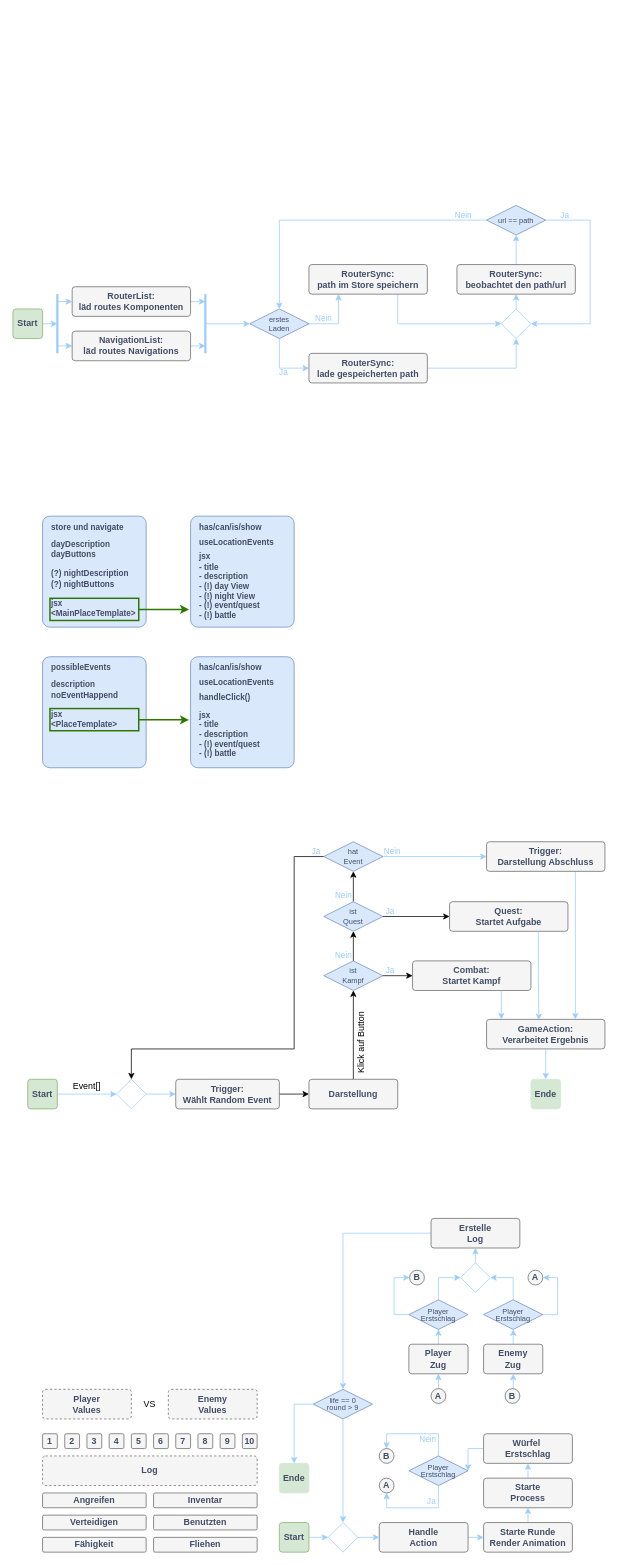
Nora404/blauerDrache keeps this draw.io diagram as note/uml.drawio. Above is the earlier version. Source tidied: cells renumbered, new cells numbered last; positions are measured from the earlier drawing's top-left corner, leaving out a move shared by most shapes. Both pictures are drawn from the tidied source at 74%, with x=0, y=0 at pixel (13, 205).
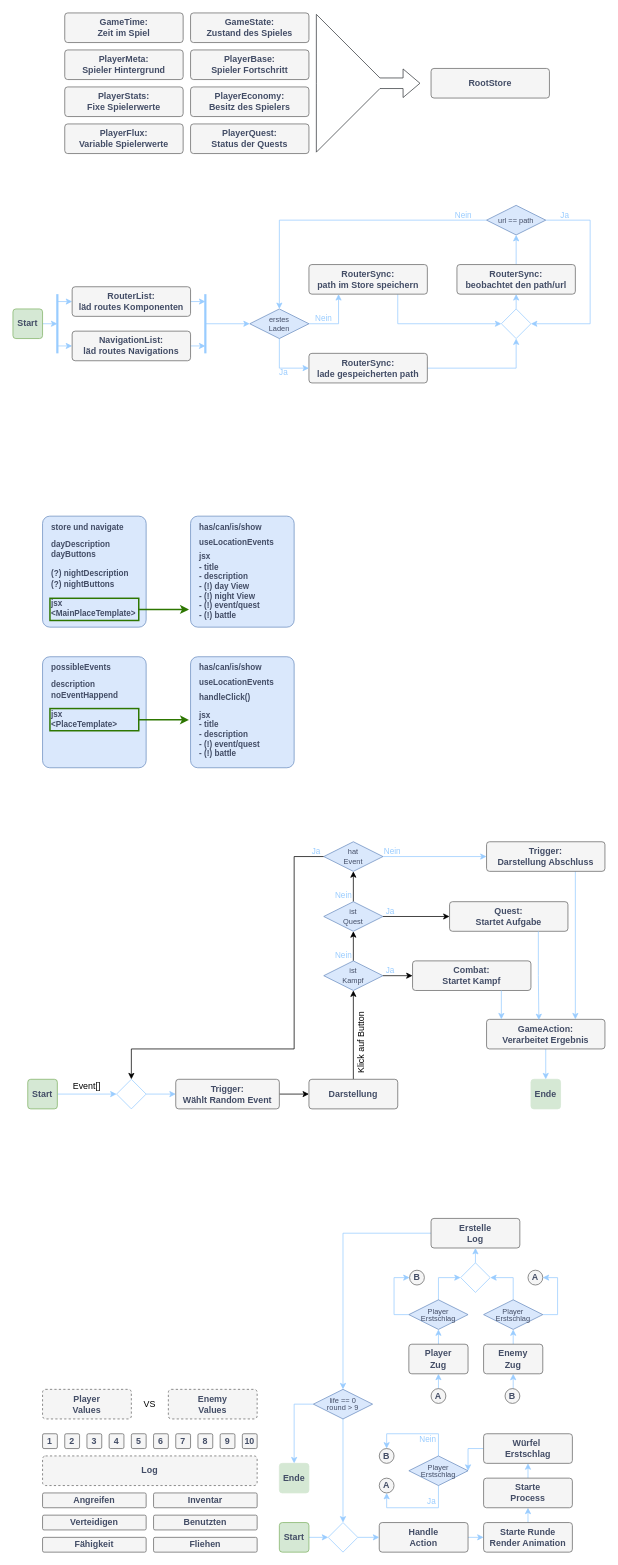
The same page after the edit.

The edit, as a diff of the source:
```diff
@@
+    <mxCell id="153" value="GameTime:&lt;div&gt;Zeit im Spiel&lt;/div&gt;" style="rounded=1;arcSize=10;whiteSpace=wrap;html=1;align=center;fillColor=#f5f5f5;strokeColor=#666666;fontColor=#434D66;fontStyle=1;" parent="1" vertex="1">
+      <mxGeometry x="70" y="-260" width="160" height="40" as="geometry" />
+    </mxCell>
+    <mxCell id="154" value="GameState:&lt;div&gt;Zustand des Spieles&lt;/div&gt;" style="rounded=1;arcSize=10;whiteSpace=wrap;html=1;align=center;fillColor=#f5f5f5;strokeColor=#666666;fontColor=#434D66;fontStyle=1;" parent="1" vertex="1">
+      <mxGeometry x="240" y="-260" width="160" height="40" as="geometry" />
+    </mxCell>
+    <mxCell id="155" value="PlayerMeta:&lt;div&gt;Spieler Hintergrund&lt;/div&gt;" style="rounded=1;arcSize=10;whiteSpace=wrap;html=1;align=center;fillColor=#f5f5f5;strokeColor=#666666;fontColor=#434D66;fontStyle=1;" parent="1" vertex="1">
+      <mxGeometry x="70" y="-210" width="160" height="40" as="geometry" />
+    </mxCell>
+    <mxCell id="156" value="PlayerStats:&lt;div&gt;Fixe Spielerwerte&lt;/div&gt;" style="rounded=1;arcSize=10;whiteSpace=wrap;html=1;align=center;fillColor=#f5f5f5;strokeColor=#666666;fontColor=#434D66;fontStyle=1;" parent="1" vertex="1">
+      <mxGeometry x="70" y="-160" width="160" height="40" as="geometry" />
+    </mxCell>
+    <mxCell id="157" value="PlayerFlux:&lt;div&gt;Variable Spielerwerte&lt;/div&gt;" style="rounded=1;arcSize=10;whiteSpace=wrap;html=1;align=center;fillColor=#f5f5f5;strokeColor=#666666;fontColor=#434D66;fontStyle=1;" parent="1" vertex="1">
+      <mxGeometry x="70" y="-110" width="160" height="40" as="geometry" />
+    </mxCell>
+    <mxCell id="158" value="PlayerBase:&lt;div&gt;Spieler Fortschritt&lt;/div&gt;" style="rounded=1;arcSize=10;whiteSpace=wrap;html=1;align=center;fillColor=#f5f5f5;strokeColor=#666666;fontColor=#434D66;fontStyle=1;" parent="1" vertex="1">
+      <mxGeometry x="240" y="-210" width="160" height="40" as="geometry" />
+    </mxCell>
+    <mxCell id="159" value="PlayerEconomy:&lt;div&gt;Besitz des Spielers&lt;/div&gt;" style="rounded=1;arcSize=10;whiteSpace=wrap;html=1;align=center;fillColor=#f5f5f5;strokeColor=#666666;fontColor=#434D66;fontStyle=1;" parent="1" vertex="1">
+      <mxGeometry x="240" y="-160" width="160" height="40" as="geometry" />
+    </mxCell>
+    <mxCell id="160" value="PlayerQuest:&lt;div&gt;Status der Quests&lt;/div&gt;" style="rounded=1;arcSize=10;whiteSpace=wrap;html=1;align=center;fillColor=#f5f5f5;strokeColor=#666666;fontColor=#434D66;fontStyle=1;" parent="1" vertex="1">
+      <mxGeometry x="240" y="-110" width="160" height="40" as="geometry" />
+    </mxCell>
+    <mxCell id="161" style="html=1;shadow=0;dashed=0;align=center;verticalAlign=middle;shape=mxgraph.arrows2.tailedArrow;dy1=7.14;dx1=22.8;notch=0;arrowHead=12.17;dx2=0;dy2=93.09;fillColor=none;strokeColor=#36393d;" parent="1" vertex="1">
+      <mxGeometry x="410" y="-260" width="140" height="190" as="geometry" />
+    </mxCell>
+    <mxCell id="162" value="RootStore" style="rounded=1;arcSize=10;whiteSpace=wrap;html=1;align=center;fillColor=#f5f5f5;strokeColor=#666666;fontColor=#434D66;fontStyle=1;" parent="1" vertex="1">
+      <mxGeometry x="565" y="-185" width="160" height="40" as="geometry" />
+    </mxCell>
```
